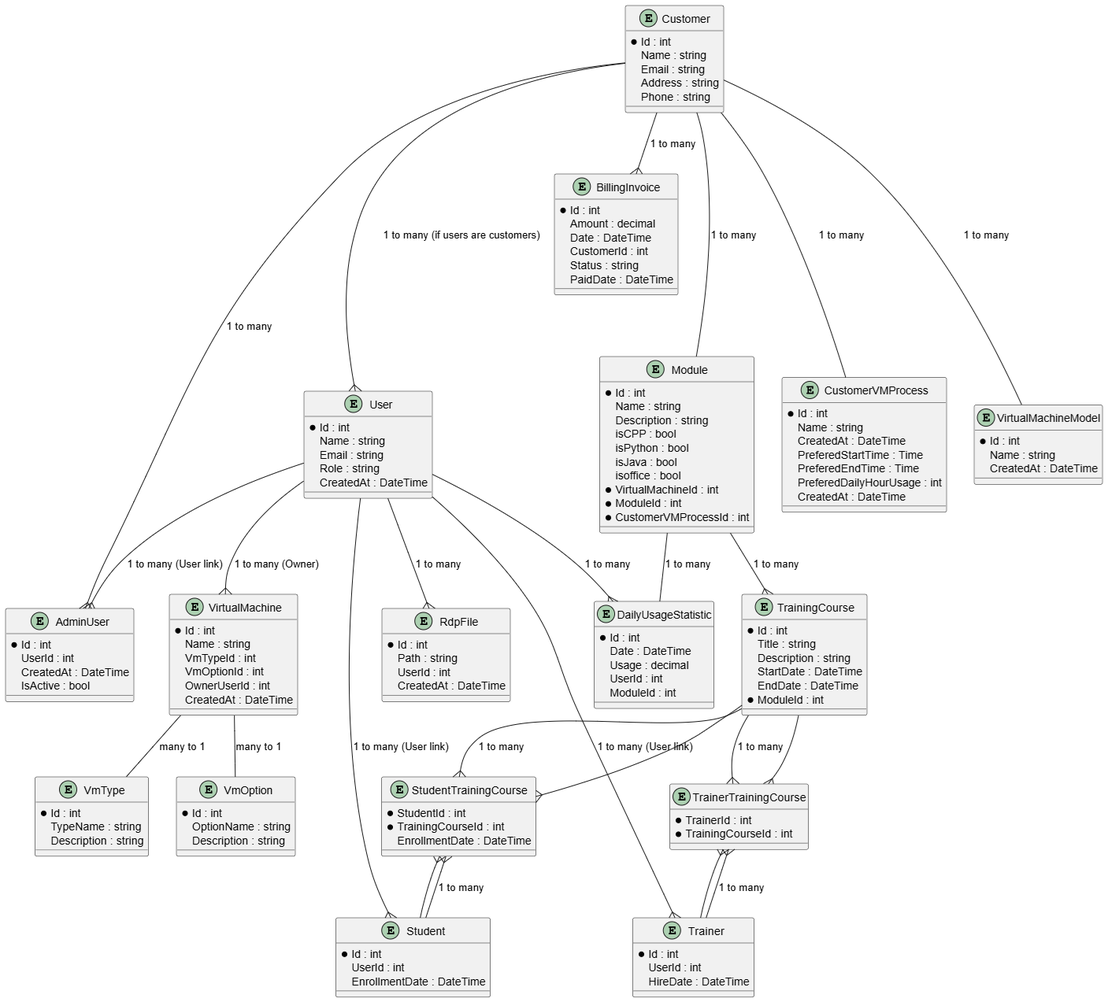
This is Docs/TrainingDataModelDiagram_Full.png from ChristophePichaud/DataModelExperimentation, a PlantUML export, as it was before one commit. Its source is kept beside it as Docs/TrainingDataModelDiagram_Full.puml.
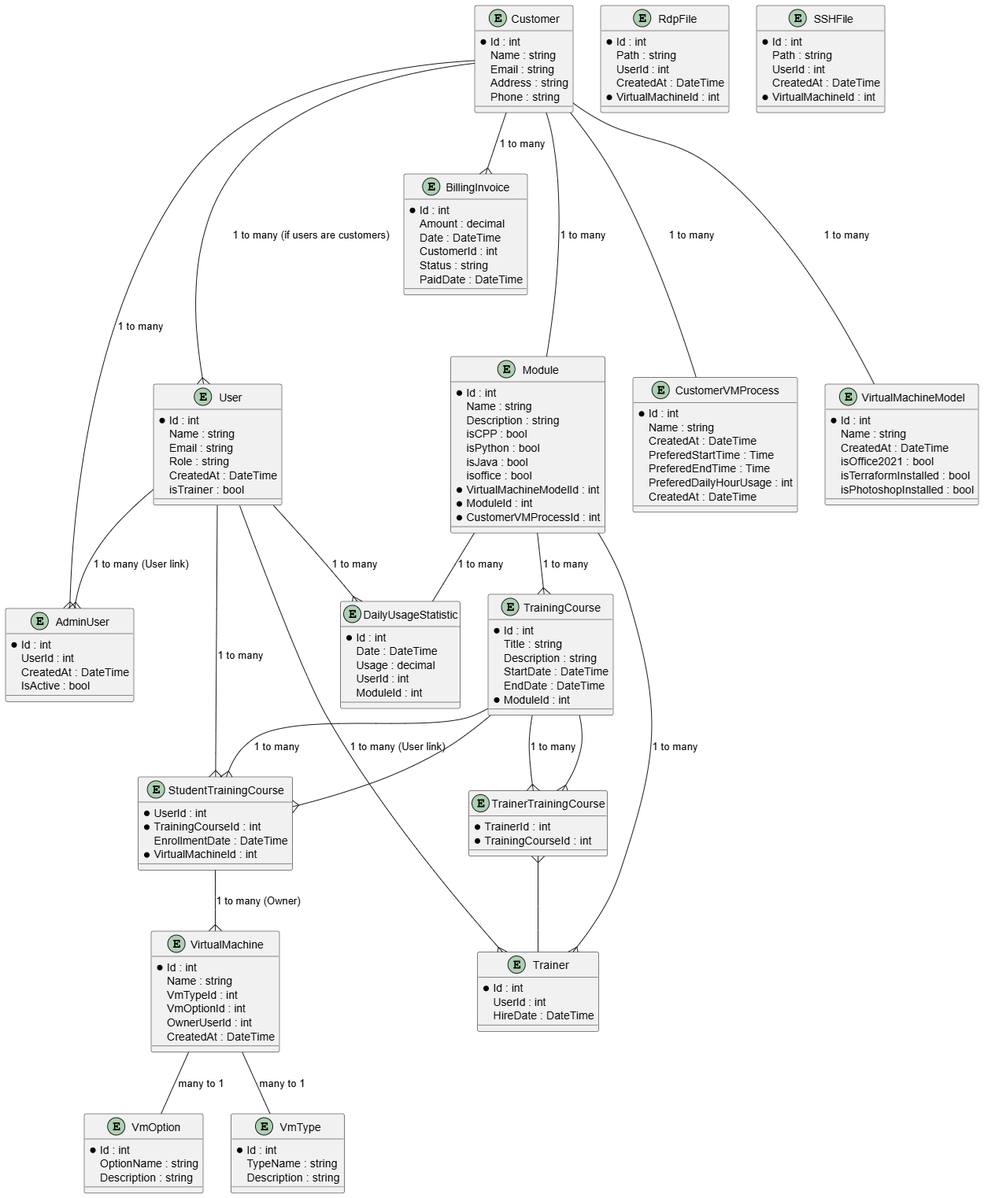
After the change.

Diff of the diagram source:
```diff
@@ -40,7 +40,7 @@
   isPython : bool
   isJava : bool
   isoffice : bool
-  *VirtualMachineId : int
+  *VirtualMachineModelId : int
   *ModuleId : int
   *CustomerVMProcessId : int
 }
@@ -50,12 +50,15 @@
   Path : string
   UserId : int
   CreatedAt : DateTime
+  *VirtualMachineId : int
 }
 
-entity "Student" as Student {
+entity "SSHFile" as SSHFile {
   *Id : int
+  Path : string
   UserId : int
-  EnrollmentDate : DateTime
+  CreatedAt : DateTime
+  *VirtualMachineId : int
 }
 
 entity "Trainer" as Trainer {
@@ -80,9 +83,10 @@
 }
 
 entity "StudentTrainingCourse" as StudentTrainingCourse {
-  *StudentId : int
+  *UserId : int
   *TrainingCourseId : int
   EnrollmentDate : DateTime
+  *VirtualMachineId : int
 }
 
 entity "User" as User {
@@ -91,6 +95,7 @@
   Email : string
   Role : string
   CreatedAt : DateTime
+  isTrainer : bool
 }
 
 entity "VirtualMachine" as VirtualMachine {
@@ -138,24 +143,21 @@
 Customer --{ AdminUser : "1 to many"
 Customer --{ User : "1 to many (if users are customers)"
 User --{ DailyUsageStatistic : "1 to many"
-User --{ RdpFile : "1 to many"
-User --{ VirtualMachine : "1 to many (Owner)"
+StudentTrainingCourse --{ VirtualMachine : "1 to many (Owner)"
 User --{ AdminUser : "1 to many (User link)"
-User --{ Student : "1 to many (User link)"
 User --{ Trainer : "1 to many (User link)"
 VirtualMachine -- VmType : "many to 1"
 VirtualMachine -- VmOption : "many to 1"
 Customer --- VirtualMachineModel : "1 to many"
 Customer --- Module : "1 to many"
 Customer --- CustomerVMProcess : "1 to many"
-Student --{ StudentTrainingCourse : "1 to many"
+User --{ StudentTrainingCourse : "1 to many"
 TrainingCourse --{ StudentTrainingCourse : "1 to many"
-StudentTrainingCourse }-- Student
 StudentTrainingCourse }-- TrainingCourse
-Trainer --{ TrainerTrainingCourse : "1 to many"
 TrainingCourse --{ TrainerTrainingCourse : "1 to many"
 TrainerTrainingCourse }-- Trainer
 TrainerTrainingCourse }-- TrainingCourse
 Module -- DailyUsageStatistic : "1 to many"
 Module --{ TrainingCourse : "1 to many"
+Module --{ Trainer : "1 to many"
 @enduml
```
